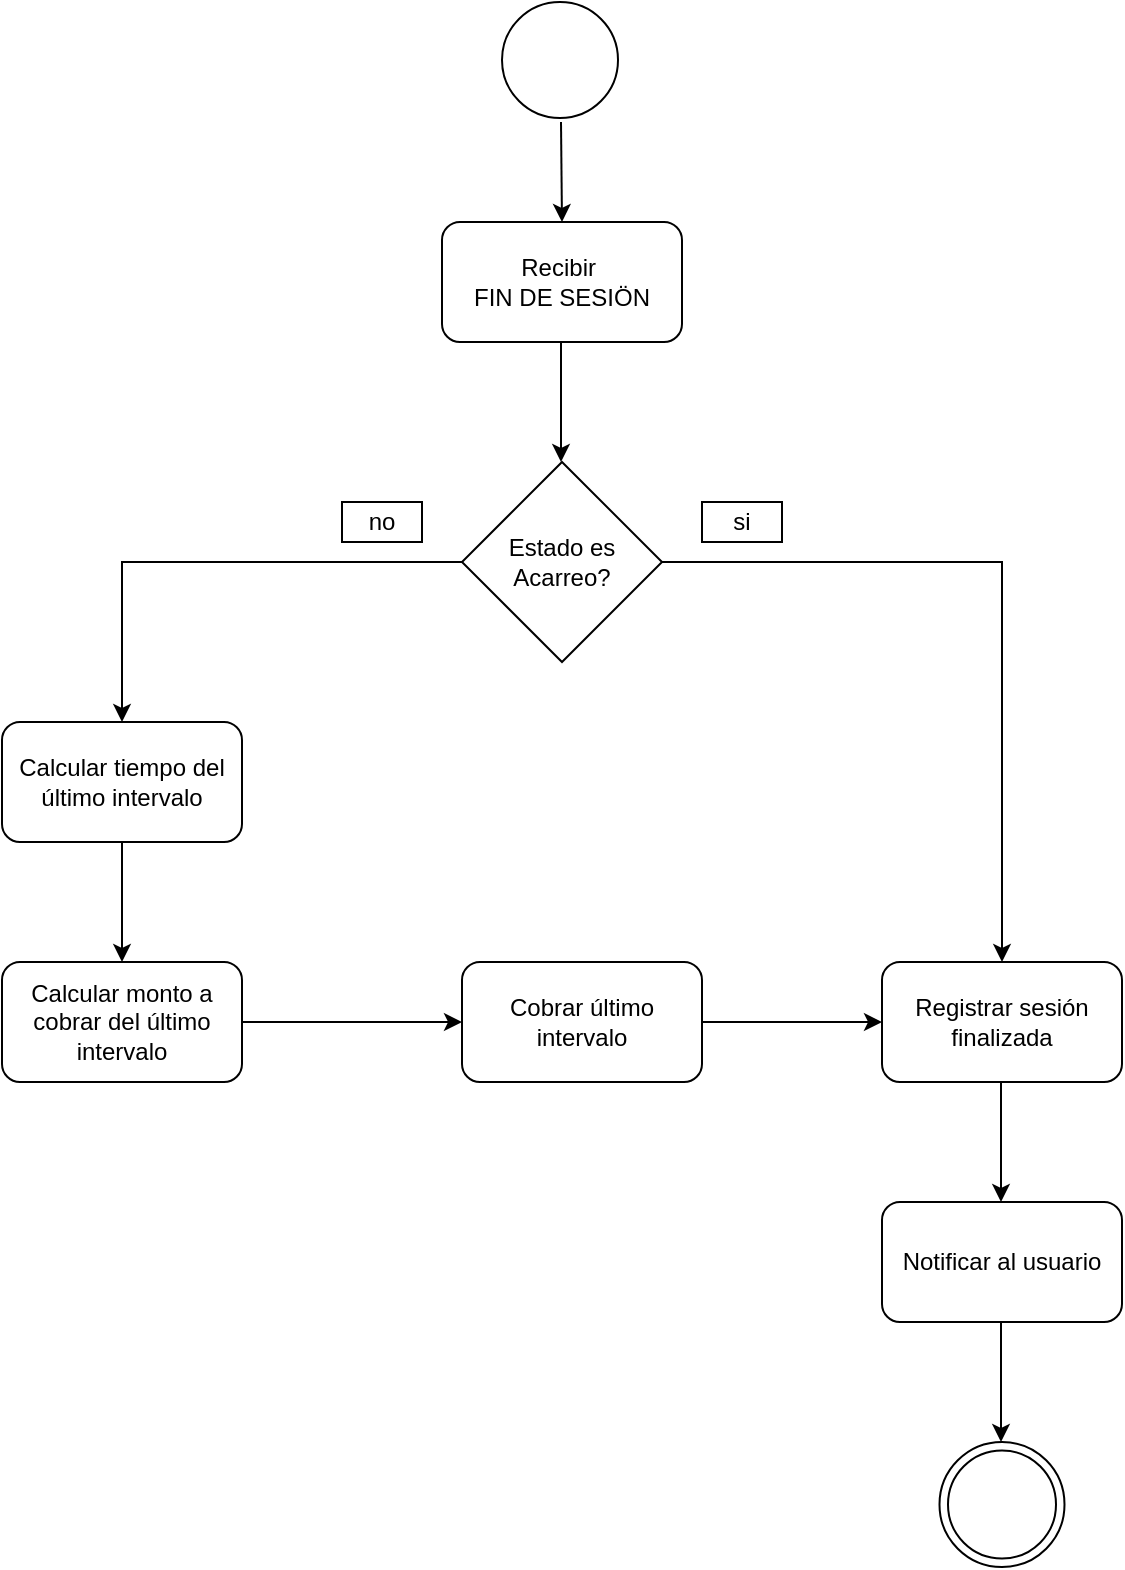
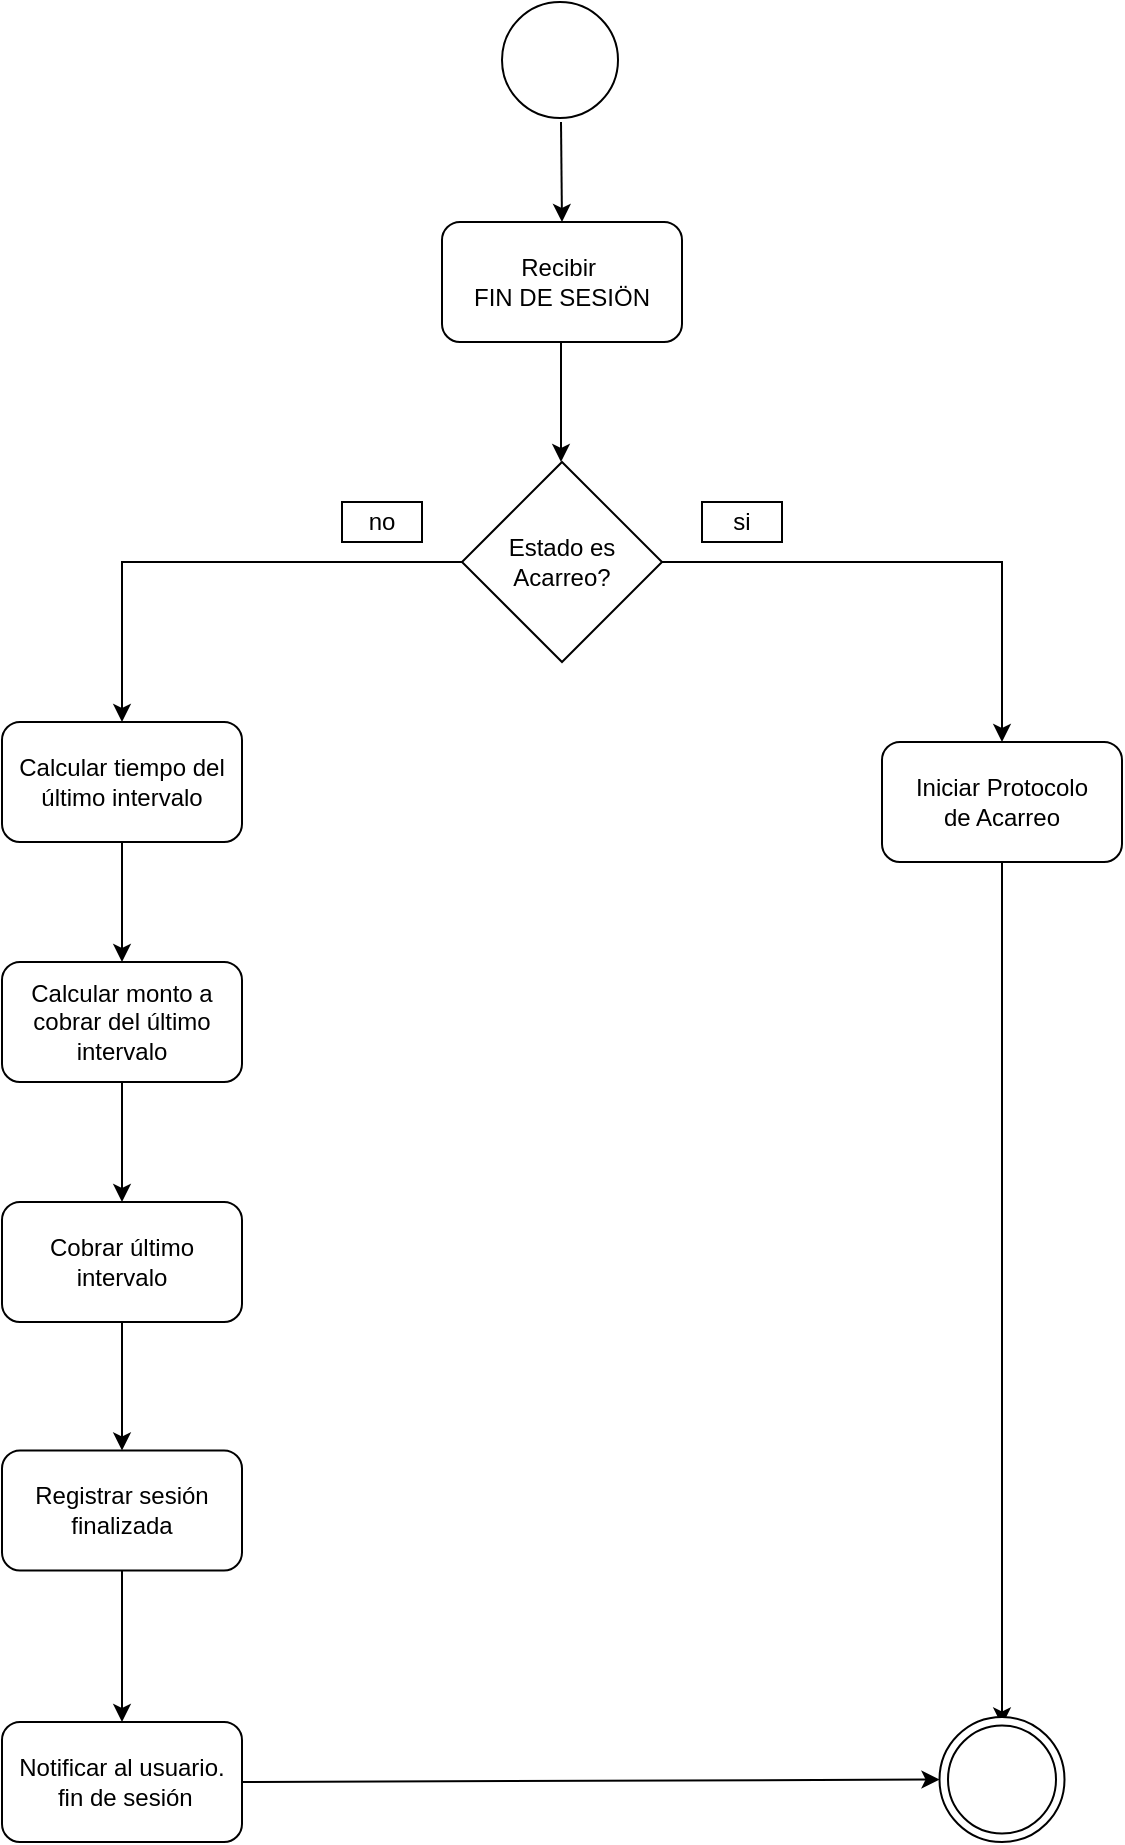
<mxfile host="Electron">
  <diagram name="Página-1" id="PF8m0h7eXck2i3eC5Dwi">
-     <mxGraphModel dx="1010" dy="744" grid="1" gridSize="10" guides="1" tooltips="1" connect="1" arrows="1" fold="1" page="1" pageScale="1" pageWidth="827" pageHeight="1169" math="0" shadow="0">
+     <mxGraphModel dx="1088" dy="802" grid="1" gridSize="10" guides="1" tooltips="1" connect="1" arrows="1" fold="1" page="1" pageScale="1" pageWidth="827" pageHeight="1169" math="0" shadow="0">
      <root>
        <mxCell id="0" />
        <mxCell id="1" parent="0" />
        <mxCell id="i3e8eVIi0ajf3F2xoxDY-1" parent="1" style="ellipse;whiteSpace=wrap;html=1;aspect=fixed;" value="" vertex="1">
          <mxGeometry height="58" width="58" x="380" y="20" as="geometry" />
        </mxCell>
        <mxCell id="i3e8eVIi0ajf3F2xoxDY-2" parent="1" style="rounded=1;whiteSpace=wrap;html=1;" value="Recibir&amp;nbsp;&lt;div&gt;FIN DE SESIÖN&lt;/div&gt;" vertex="1">
          <mxGeometry height="60" width="120" x="350" y="130" as="geometry" />
        </mxCell>
        <mxCell id="i3e8eVIi0ajf3F2xoxDY-3" parent="1" style="rounded=1;whiteSpace=wrap;html=1;" value="&lt;div&gt;&lt;br&gt;&lt;/div&gt;Calcular tiempo del&lt;div&gt;último intervalo&lt;div&gt;&lt;br&gt;&lt;/div&gt;&lt;/div&gt;" vertex="1">
          <mxGeometry height="60" width="120" x="130" y="380" as="geometry" />
        </mxCell>
        <mxCell id="i3e8eVIi0ajf3F2xoxDY-4" parent="1" style="rounded=1;whiteSpace=wrap;html=1;" value="Calcular monto a cobrar del último intervalo" vertex="1">
          <mxGeometry height="60" width="120" x="130" y="500" as="geometry" />
        </mxCell>
        <mxCell id="i3e8eVIi0ajf3F2xoxDY-5" parent="1" style="rounded=1;whiteSpace=wrap;html=1;" value="Cobrar último intervalo" vertex="1">
-           <mxGeometry height="60" width="120" x="360" y="500" as="geometry" />
+           <mxGeometry height="60" width="120" x="130" y="620" as="geometry" />
        </mxCell>
        <mxCell id="i3e8eVIi0ajf3F2xoxDY-6" parent="1" style="rhombus;whiteSpace=wrap;html=1;" value="Estado es Acarreo?" vertex="1">
          <mxGeometry height="100" width="100" x="360" y="250" as="geometry" />
        </mxCell>
        <mxCell id="i3e8eVIi0ajf3F2xoxDY-7" edge="1" parent="1" source="i3e8eVIi0ajf3F2xoxDY-6" style="endArrow=classic;html=1;rounded=0;exitX=0;exitY=0.5;exitDx=0;exitDy=0;entryX=0.5;entryY=0;entryDx=0;entryDy=0;edgeStyle=orthogonalEdgeStyle;" target="i3e8eVIi0ajf3F2xoxDY-3" value="">
          <mxGeometry height="50" relative="1" width="50" as="geometry">
            <mxPoint x="340" y="470" as="sourcePoint" />
            <mxPoint x="390" y="420" as="targetPoint" />
          </mxGeometry>
        </mxCell>
        <mxCell id="i3e8eVIi0ajf3F2xoxDY-8" parent="1" style="shape=note;whiteSpace=wrap;html=1;backgroundOutline=1;darkOpacity=0.05;size=0;" value="no" vertex="1">
          <mxGeometry height="20" width="40" x="300" y="270" as="geometry" />
        </mxCell>
        <mxCell id="i3e8eVIi0ajf3F2xoxDY-9" edge="1" parent="1" source="i3e8eVIi0ajf3F2xoxDY-3" style="endArrow=classic;html=1;rounded=0;exitX=0.5;exitY=1;exitDx=0;exitDy=0;entryX=0.5;entryY=0;entryDx=0;entryDy=0;" target="i3e8eVIi0ajf3F2xoxDY-4" value="">
          <mxGeometry height="50" relative="1" width="50" as="geometry">
            <mxPoint x="340" y="470" as="sourcePoint" />
            <mxPoint x="390" y="420" as="targetPoint" />
          </mxGeometry>
        </mxCell>
-         <mxCell id="i3e8eVIi0ajf3F2xoxDY-10" edge="1" parent="1" source="i3e8eVIi0ajf3F2xoxDY-4" style="endArrow=classic;html=1;rounded=0;exitX=1;exitY=0.5;exitDx=0;exitDy=0;entryX=0;entryY=0.5;entryDx=0;entryDy=0;" target="i3e8eVIi0ajf3F2xoxDY-5" value="">
+         <mxCell id="i3e8eVIi0ajf3F2xoxDY-10" edge="1" parent="1" source="i3e8eVIi0ajf3F2xoxDY-4" style="endArrow=classic;html=1;rounded=0;exitX=0.5;exitY=1;exitDx=0;exitDy=0;entryX=0.5;entryY=0;entryDx=0;entryDy=0;" target="i3e8eVIi0ajf3F2xoxDY-5" value="">
          <mxGeometry height="50" relative="1" width="50" as="geometry">
            <mxPoint x="189.5" y="550" as="sourcePoint" />
            <mxPoint x="189.5" y="610" as="targetPoint" />
          </mxGeometry>
        </mxCell>
        <mxCell id="i3e8eVIi0ajf3F2xoxDY-11" edge="1" parent="1" style="endArrow=classic;html=1;rounded=0;exitX=0.5;exitY=1;exitDx=0;exitDy=0;entryX=0.5;entryY=0;entryDx=0;entryDy=0;" value="">
          <mxGeometry height="50" relative="1" width="50" as="geometry">
            <mxPoint x="409.5" y="190" as="sourcePoint" />
            <mxPoint x="409.5" y="250" as="targetPoint" />
          </mxGeometry>
        </mxCell>
        <mxCell id="i3e8eVIi0ajf3F2xoxDY-12" edge="1" parent="1" style="endArrow=classic;html=1;rounded=0;exitX=0.5;exitY=1;exitDx=0;exitDy=0;" value="">
          <mxGeometry height="50" relative="1" width="50" as="geometry">
            <mxPoint x="409.5" y="80" as="sourcePoint" />
            <mxPoint x="410" y="130" as="targetPoint" />
          </mxGeometry>
        </mxCell>
        <mxCell id="i3e8eVIi0ajf3F2xoxDY-13" parent="1" style="rounded=1;whiteSpace=wrap;html=1;" value="Registrar sesión finalizada" vertex="1">
-           <mxGeometry height="60" width="120" x="570" y="500" as="geometry" />
+           <mxGeometry height="60" width="120" x="130" y="744.25" as="geometry" />
        </mxCell>
-         <mxCell id="i3e8eVIi0ajf3F2xoxDY-14" edge="1" parent="1" source="i3e8eVIi0ajf3F2xoxDY-5" style="endArrow=classic;html=1;rounded=0;exitX=1;exitY=0.5;exitDx=0;exitDy=0;entryX=0;entryY=0.5;entryDx=0;entryDy=0;" target="i3e8eVIi0ajf3F2xoxDY-13" value="">
+         <mxCell id="i3e8eVIi0ajf3F2xoxDY-14" edge="1" parent="1" source="i3e8eVIi0ajf3F2xoxDY-5" style="endArrow=classic;html=1;rounded=0;exitX=0.5;exitY=1;exitDx=0;exitDy=0;entryX=0.5;entryY=0;entryDx=0;entryDy=0;" target="i3e8eVIi0ajf3F2xoxDY-13" value="">
          <mxGeometry height="50" relative="1" width="50" as="geometry">
            <mxPoint x="419.5" y="560" as="sourcePoint" />
            <mxPoint x="419.5" y="620" as="targetPoint" />
          </mxGeometry>
        </mxCell>
-         <mxCell id="i3e8eVIi0ajf3F2xoxDY-16" parent="1" style="rounded=1;whiteSpace=wrap;html=1;" value="Notificar al usuario" vertex="1">
-           <mxGeometry height="60" width="120" x="570" y="620" as="geometry" />
+         <mxCell id="i3e8eVIi0ajf3F2xoxDY-16" parent="1" style="rounded=1;whiteSpace=wrap;html=1;" value="Notificar al usuario.&lt;div&gt;&amp;nbsp;fin de sesión&lt;/div&gt;" vertex="1">
+           <mxGeometry height="60" width="120" x="130" y="880" as="geometry" />
        </mxCell>
-         <mxCell id="i3e8eVIi0ajf3F2xoxDY-17" edge="1" parent="1" style="endArrow=classic;html=1;rounded=0;exitX=0.5;exitY=1;exitDx=0;exitDy=0;entryX=0.5;entryY=0;entryDx=0;entryDy=0;" value="">
+         <mxCell id="i3e8eVIi0ajf3F2xoxDY-17" edge="1" parent="1" source="CX_0ZWziCbPmq2pbgi4T-1" style="endArrow=classic;html=1;rounded=0;exitX=0.5;exitY=1;exitDx=0;exitDy=0;entryX=0.5;entryY=0;entryDx=0;entryDy=0;" target="i3e8eVIi0ajf3F2xoxDY-21" value="">
          <mxGeometry height="50" relative="1" width="50" as="geometry">
            <mxPoint x="629.5" y="560" as="sourcePoint" />
            <mxPoint x="629.5" y="620" as="targetPoint" />
          </mxGeometry>
        </mxCell>
-         <mxCell id="i3e8eVIi0ajf3F2xoxDY-19" edge="1" parent="1" style="endArrow=classic;html=1;rounded=0;exitX=0;exitY=0.5;exitDx=0;exitDy=0;edgeStyle=orthogonalEdgeStyle;" target="i3e8eVIi0ajf3F2xoxDY-13" value="">
+         <mxCell id="i3e8eVIi0ajf3F2xoxDY-19" edge="1" parent="1" style="endArrow=classic;html=1;rounded=0;exitX=0;exitY=0.5;exitDx=0;exitDy=0;edgeStyle=orthogonalEdgeStyle;entryX=0.5;entryY=0;entryDx=0;entryDy=0;" target="CX_0ZWziCbPmq2pbgi4T-1" value="">
          <mxGeometry height="50" relative="1" width="50" as="geometry">
            <Array as="points">
              <mxPoint x="630" y="300" />
            </Array>
            <mxPoint x="460" y="300" as="sourcePoint" />
-             <mxPoint x="630" y="410" as="targetPoint" />
+             <mxPoint x="630" y="360" as="targetPoint" />
          </mxGeometry>
        </mxCell>
        <mxCell id="i3e8eVIi0ajf3F2xoxDY-20" parent="1" style="ellipse;whiteSpace=wrap;html=1;aspect=fixed;" value="" vertex="1">
-           <mxGeometry height="62.5" width="62.5" x="598.75" y="740" as="geometry" />
+           <mxGeometry height="62.5" width="62.5" x="598.75" y="877.5" as="geometry" />
        </mxCell>
        <mxCell id="i3e8eVIi0ajf3F2xoxDY-21" parent="1" style="ellipse;whiteSpace=wrap;html=1;aspect=fixed;" value="" vertex="1">
-           <mxGeometry height="54" width="54" x="603" y="744.25" as="geometry" />
+           <mxGeometry height="54" width="54" x="603" y="881.75" as="geometry" />
        </mxCell>
-         <mxCell id="i3e8eVIi0ajf3F2xoxDY-22" edge="1" parent="1" style="endArrow=classic;html=1;rounded=0;exitX=0.5;exitY=1;exitDx=0;exitDy=0;entryX=0.5;entryY=0;entryDx=0;entryDy=0;" value="">
+         <mxCell id="i3e8eVIi0ajf3F2xoxDY-22" edge="1" parent="1" source="i3e8eVIi0ajf3F2xoxDY-16" style="endArrow=classic;html=1;rounded=0;exitX=1;exitY=0.5;exitDx=0;exitDy=0;entryX=0;entryY=0.5;entryDx=0;entryDy=0;" target="i3e8eVIi0ajf3F2xoxDY-20" value="">
          <mxGeometry height="50" relative="1" width="50" as="geometry">
            <mxPoint x="629.5" y="680" as="sourcePoint" />
            <mxPoint x="629.5" y="740" as="targetPoint" />
          </mxGeometry>
        </mxCell>
        <mxCell id="i3e8eVIi0ajf3F2xoxDY-23" parent="1" style="shape=note;whiteSpace=wrap;html=1;backgroundOutline=1;darkOpacity=0.05;size=0;" value="si" vertex="1">
          <mxGeometry height="20" width="40" x="480" y="270" as="geometry" />
        </mxCell>
+         <mxCell id="CX_0ZWziCbPmq2pbgi4T-1" parent="1" style="rounded=1;whiteSpace=wrap;html=1;" value="Iniciar Protocolo&lt;div&gt;de Acarreo&lt;/div&gt;" vertex="1">
+           <mxGeometry height="60" width="120" x="570" y="390" as="geometry" />
+         </mxCell>
+         <mxCell id="CX_0ZWziCbPmq2pbgi4T-2" edge="1" parent="1" source="i3e8eVIi0ajf3F2xoxDY-13" style="endArrow=classic;html=1;rounded=0;exitX=0.5;exitY=1;exitDx=0;exitDy=0;entryX=0.5;entryY=0;entryDx=0;entryDy=0;" target="i3e8eVIi0ajf3F2xoxDY-16" value="">
+           <mxGeometry height="50" relative="1" width="50" as="geometry">
+             <mxPoint x="639.5" y="570" as="sourcePoint" />
+             <mxPoint x="700" y="470" as="targetPoint" />
+           </mxGeometry>
+         </mxCell>
      </root>
    </mxGraphModel>
  </diagram>
</mxfile>
